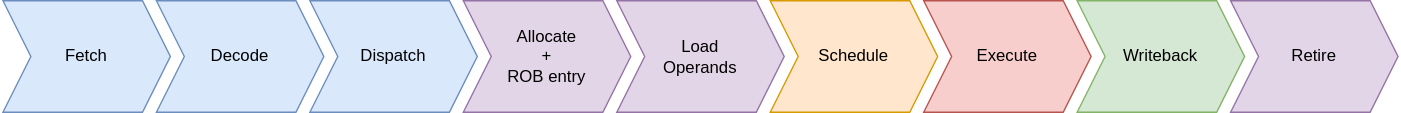
Ajsat3801/RISCV-SIMD_Processor keeps this draw.io diagram as doc/ex_paths/sc_alu_ops.drawio.svg. Above is the earlier version. Source tidied: cells renumbered, new cells last; positions are measured from the earlier drawing's top-left corner, leaving out a move shared by most shapes.
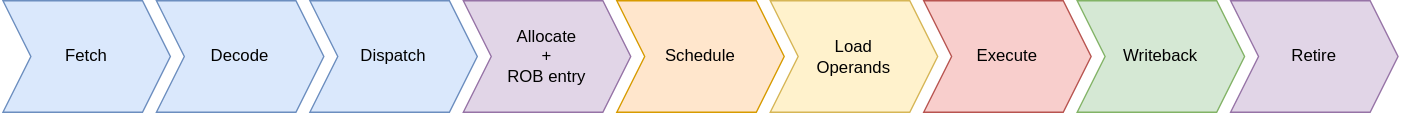
Above is the later version.

Change to the diagram source:
```diff
@@ -14,11 +14,11 @@
     <mxCell id="5" value="Allocate&lt;div&gt;+&lt;/div&gt;&lt;div&gt;ROB entry&lt;/div&gt;" style="shape=step;perimeter=stepPerimeter;whiteSpace=wrap;html=1;fixedSize=1;fillColor=#e1d5e7;strokeColor=#9673a6;" parent="1" vertex="1">
       <mxGeometry x="330" width="120" height="80" as="geometry" />
     </mxCell>
-    <mxCell id="6" value="Load&amp;nbsp;&lt;div&gt;Operands&lt;/div&gt;" style="shape=step;perimeter=stepPerimeter;whiteSpace=wrap;html=1;fixedSize=1;fillColor=#e1d5e7;strokeColor=#9673a6;" parent="1" vertex="1">
-      <mxGeometry x="440" width="120" height="80" as="geometry" />
+    <mxCell id="6" value="Load&lt;div&gt;Operands&lt;/div&gt;" style="shape=step;perimeter=stepPerimeter;whiteSpace=wrap;html=1;fixedSize=1;fillColor=#fff2cc;strokeColor=#d6b656;" parent="1" vertex="1">
+      <mxGeometry x="550" width="120" height="80" as="geometry" />
     </mxCell>
     <mxCell id="7" value="Schedule" style="shape=step;perimeter=stepPerimeter;whiteSpace=wrap;html=1;fixedSize=1;fillColor=#ffe6cc;strokeColor=#d79b00;" parent="1" vertex="1">
-      <mxGeometry x="550" width="120" height="80" as="geometry" />
+      <mxGeometry x="440" width="120" height="80" as="geometry" />
     </mxCell>
     <mxCell id="8" value="Execute" style="shape=step;perimeter=stepPerimeter;whiteSpace=wrap;html=1;fixedSize=1;fillColor=#f8cecc;strokeColor=#b85450;" parent="1" vertex="1">
       <mxGeometry x="660" width="120" height="80" as="geometry" />
```
